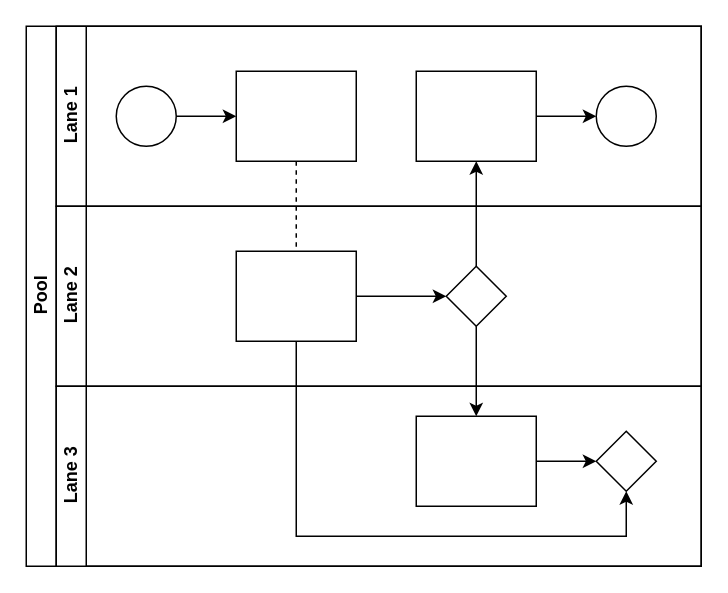
Earlier version of the draw.io diagram mapa_doc.drawio (vivianebuge/ds-em-producao). Source tidied: cells renumbered, new cells numbered last; positions are measured from the earlier drawing's top-left corner, leaving out a move shared by most shapes. Both pictures are drawn from the tidied source at 150%, with x=0, y=0 at pixel (26, 26).
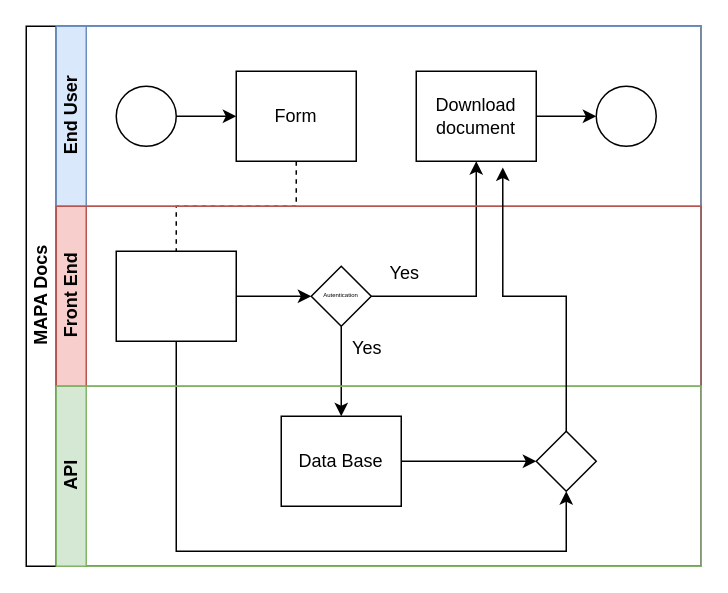
The same page after the edit.

What changed in the source:
```diff
@@
-    <mxCell id="2" value="Pool" style="swimlane;html=1;horizontal=0;startSize=20;" parent="1" vertex="1">
+    <mxCell id="2" value="MAPA Docs" style="swimlane;html=1;horizontal=0;startSize=20;" parent="1" vertex="1">
       <mxGeometry width="450" height="360" as="geometry" />
     </mxCell>
@@
-    <mxCell id="6" style="edgeStyle=orthogonalEdgeStyle;rounded=0;jettySize=auto;html=1;endArrow=classic;endFill=1;" parent="2" edge="1" source="16" target="21">
+    <mxCell id="6" style="edgeStyle=orthogonalEdgeStyle;rounded=0;jettySize=auto;html=1;endArrow=classic;endFill=1;entryX=0.5;entryY=1;entryDx=0;entryDy=0;" parent="2" edge="1" source="16" target="21">
       <mxGeometry relative="1" as="geometry">
         <Array as="points">
-          <mxPoint x="180" y="340" />
-          <mxPoint x="400" y="340" />
+          <mxPoint x="100" y="350" />
+          <mxPoint x="360" y="350" />
         </Array>
       </mxGeometry>
     </mxCell>
-    <mxCell id="7" value="Lane 1" style="swimlane;html=1;startSize=20;horizontal=0;" parent="2" vertex="1">
+    <mxCell id="7" value="End User" style="swimlane;html=1;startSize=20;horizontal=0;fillColor=#dae8fc;strokeColor=#6c8ebf;" parent="2" vertex="1">
       <mxGeometry x="20" width="430" height="120" as="geometry" />
     </mxCell>
@@
-    <mxCell id="10" style="rounded=0;whiteSpace=wrap;html=1;fontFamily=Helvetica;fontSize=12;fontColor=#000000;align=center;" parent="7" vertex="1">
+    <mxCell id="10" value="Form" style="rounded=0;whiteSpace=wrap;html=1;fontFamily=Helvetica;fontSize=12;fontColor=#000000;align=center;" parent="7" vertex="1">
       <mxGeometry x="120" y="30" width="80" height="60" as="geometry" />
     </mxCell>
@@
-    <mxCell id="12" style="rounded=0;whiteSpace=wrap;html=1;fontFamily=Helvetica;fontSize=12;fontColor=#000000;align=center;" parent="7" vertex="1">
+    <mxCell id="12" value="Download document" style="rounded=0;whiteSpace=wrap;html=1;fontFamily=Helvetica;fontSize=12;fontColor=#000000;align=center;" parent="7" vertex="1">
       <mxGeometry x="240" y="30" width="80" height="60" as="geometry" />
     </mxCell>
@@
-    <mxCell id="14" value="Lane 2" style="swimlane;html=1;startSize=20;horizontal=0;" parent="2" vertex="1">
+    <mxCell id="14" value="Front End" style="swimlane;html=1;startSize=20;horizontal=0;fillColor=#f8cecc;strokeColor=#b85450;" parent="2" vertex="1">
       <mxGeometry x="20" y="120" width="430" height="120" as="geometry" />
     </mxCell>
@@
     <mxCell id="16" style="rounded=0;whiteSpace=wrap;html=1;fontFamily=Helvetica;fontSize=12;fontColor=#000000;align=center;" parent="14" vertex="1">
-      <mxGeometry x="120" y="30" width="80" height="60" as="geometry" />
+      <mxGeometry x="40" y="30" width="80" height="60" as="geometry" />
     </mxCell>
-    <mxCell id="17" style="rhombus;whiteSpace=wrap;html=1;fontFamily=Helvetica;fontSize=12;fontColor=#000000;align=center;" parent="14" vertex="1">
-      <mxGeometry x="260" y="40" width="40" height="40" as="geometry" />
+    <mxCell id="17" value="Autentication" style="rhombus;whiteSpace=wrap;html=1;fontFamily=Helvetica;fontSize=4;fontColor=#000000;align=center;" parent="14" vertex="1">
+      <mxGeometry x="170" y="40" width="40" height="40" as="geometry" />
     </mxCell>
+    <mxCell id="22" value="Yes" style="text;html=1;strokeColor=none;fillColor=none;align=center;verticalAlign=middle;whiteSpace=wrap;rounded=0;" parent="14" vertex="1">
+      <mxGeometry x="195" y="90" width="25" height="10" as="geometry" />
+    </mxCell>
+    <mxCell id="23" value="Yes" style="text;html=1;strokeColor=none;fillColor=none;align=center;verticalAlign=middle;whiteSpace=wrap;rounded=0;" parent="14" vertex="1">
+      <mxGeometry x="220" y="40" width="25" height="10" as="geometry" />
+    </mxCell>
-    <mxCell id="18" value="Lane 3" style="swimlane;html=1;startSize=20;horizontal=0;" parent="2" vertex="1">
+    <mxCell id="18" value="API" style="swimlane;html=1;startSize=20;horizontal=0;fillColor=#d5e8d4;strokeColor=#82b366;" parent="2" vertex="1">
       <mxGeometry x="20" y="240" width="430" height="120" as="geometry" />
     </mxCell>
-    <mxCell id="19" style="edgeStyle=orthogonalEdgeStyle;rounded=0;jettySize=auto;html=1;endArrow=classic;endFill=1;" parent="18" edge="1" source="20" target="21">
-      <mxGeometry relative="1" as="geometry" />
-    </mxCell>
+    <mxCell id="24" style="edgeStyle=orthogonalEdgeStyle;rounded=0;jettySize=auto;html=1;entryX=0;entryY=0.5;entryDx=0;entryDy=0;" parent="18" edge="1" source="20" target="21">
+      <mxGeometry relative="1" as="geometry" />
+    </mxCell>
-    <mxCell id="20" style="rounded=0;whiteSpace=wrap;html=1;fontFamily=Helvetica;fontSize=12;fontColor=#000000;align=center;" parent="18" vertex="1">
-      <mxGeometry x="240" y="20" width="80" height="60" as="geometry" />
+    <mxCell id="20" value="Data Base" style="rounded=0;whiteSpace=wrap;html=1;fontFamily=Helvetica;fontSize=12;fontColor=#000000;align=center;" parent="18" vertex="1">
+      <mxGeometry x="150" y="20" width="80" height="60" as="geometry" />
     </mxCell>
     <mxCell id="21" style="rhombus;whiteSpace=wrap;html=1;fontFamily=Helvetica;fontSize=12;fontColor=#000000;align=center;" parent="18" vertex="1">
-      <mxGeometry x="360" y="30" width="40" height="40" as="geometry" />
+      <mxGeometry x="320" y="30" width="40" height="40" as="geometry" />
     </mxCell>
+    <mxCell id="19" style="edgeStyle=orthogonalEdgeStyle;rounded=0;jettySize=auto;html=1;endArrow=classic;endFill=1;exitX=0.5;exitY=0;exitDx=0;exitDy=0;entryX=0.721;entryY=1.069;entryDx=0;entryDy=0;entryPerimeter=0;" parent="2" edge="1" source="21" target="12">
+      <mxGeometry relative="1" as="geometry" />
+    </mxCell>
```
